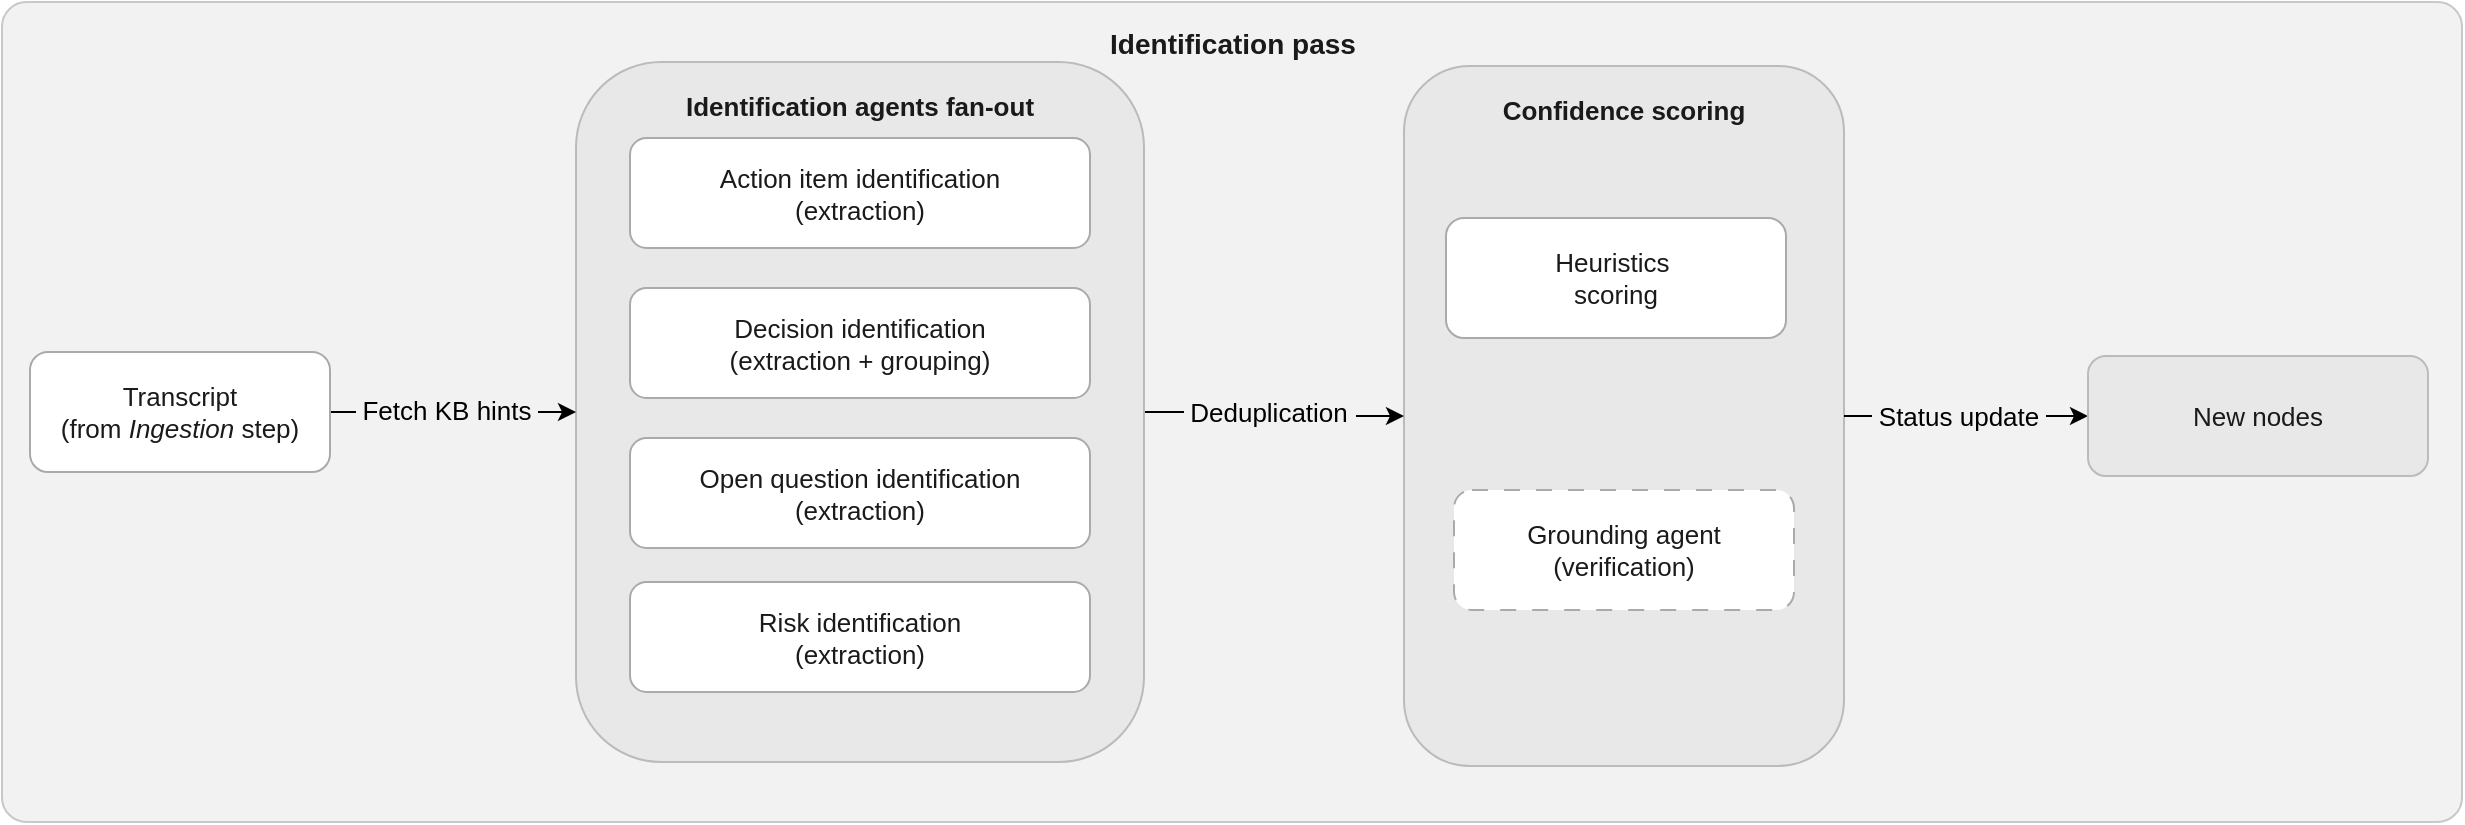
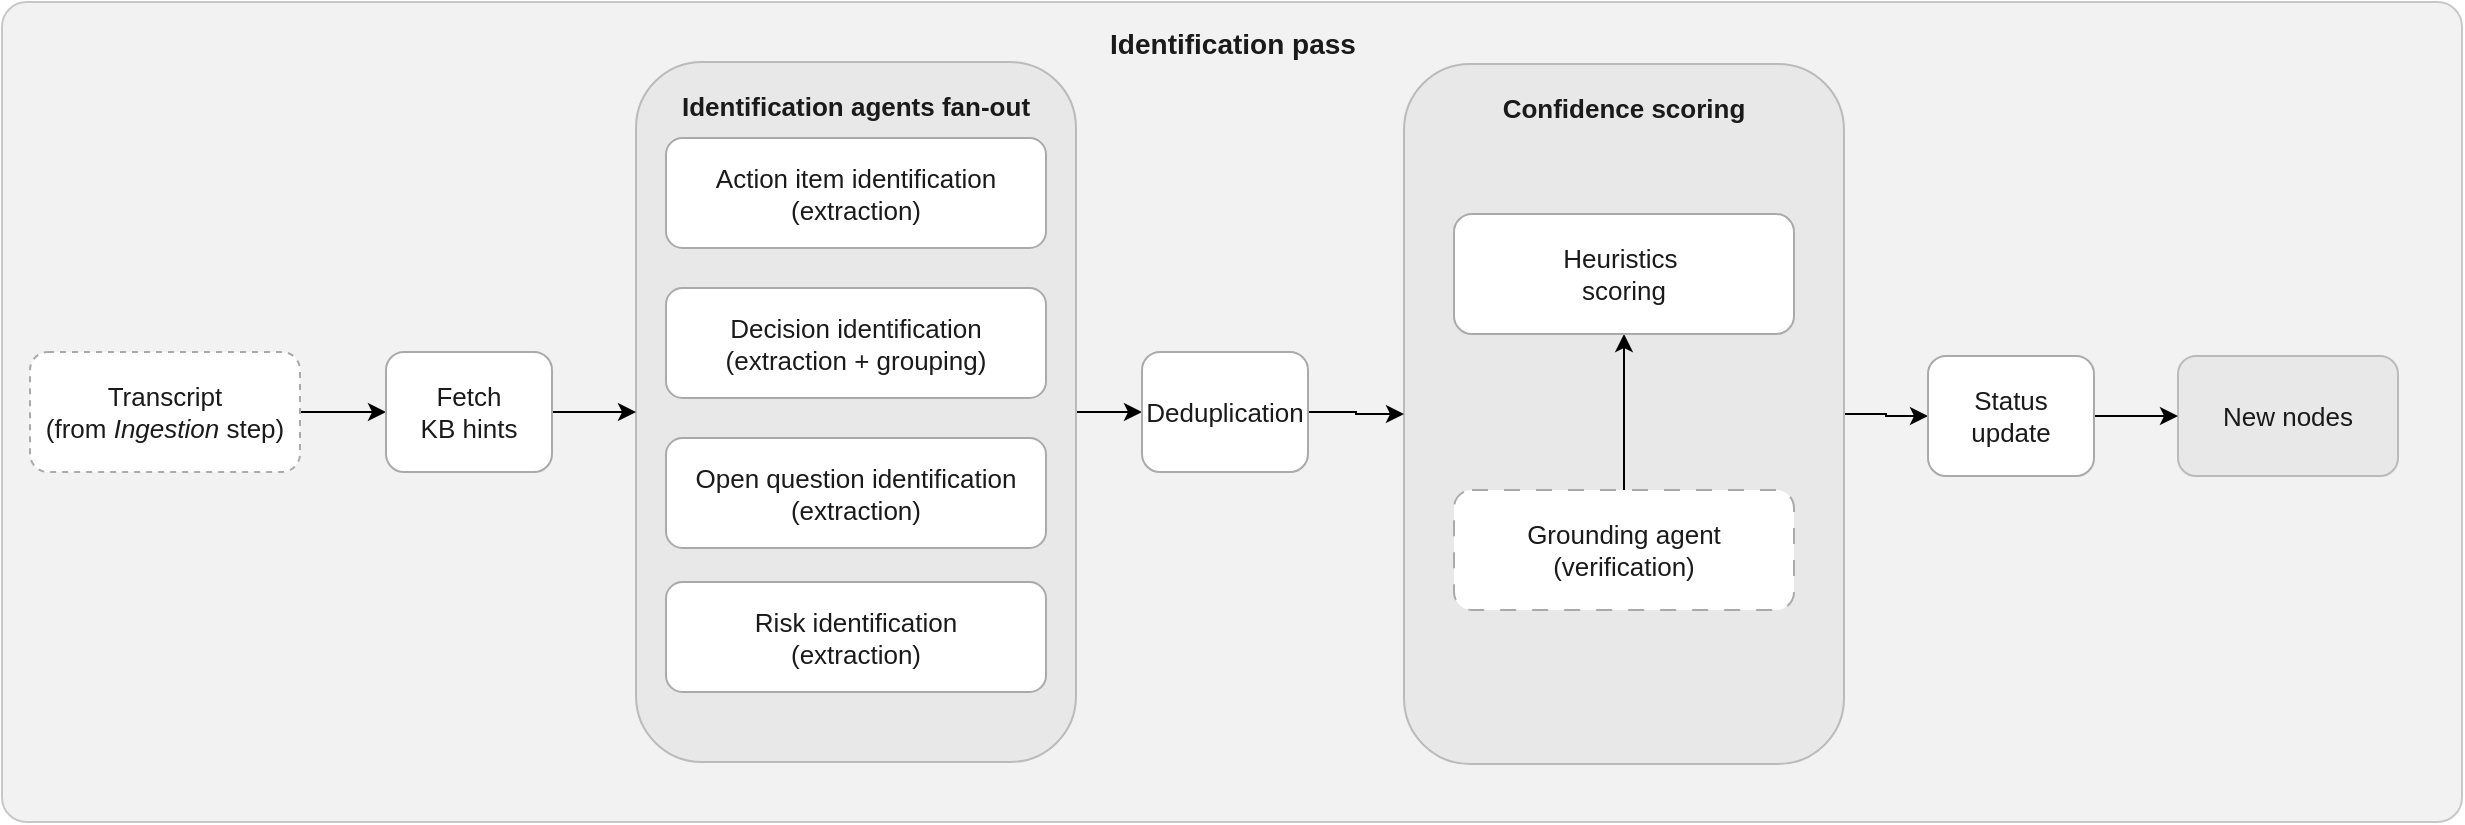
- <mxfile host="app.diagrams.net">
+ <mxfile host="app.diagrams.net" scale="1" border="0">
  <diagram name="Página-1" id="k1l2m3n4o5p6q7r8s9t0">
-     <mxGraphModel dx="426" dy="275" grid="0" gridSize="10" guides="1" tooltips="1" connect="1" arrows="1" fold="1" page="0" pageScale="1" pageWidth="1300" pageHeight="500" math="0" shadow="0">
+     <mxGraphModel dx="1278" dy="783" grid="0" gridSize="10" guides="1" tooltips="1" connect="1" arrows="1" fold="1" page="0" pageScale="1" pageWidth="1300" pageHeight="500" math="0" shadow="0">
      <root>
        <mxCell id="0" />
        <mxCell id="1" parent="0" />
-         <mxCell id="outer" parent="1" style="rounded=1;arcSize=3;verticalAlign=top;html=1;fillColor=#f2f2f2;strokeColor=#c8c8c8;fontStyle=1;fontSize=13;fontFamily=Arial;fontColor=#1a1a1a;spacingTop=6;" value="&lt;font style=&quot;font-size: 14px;&quot;&gt;Identification pass&lt;/font&gt;" vertex="1">
+         <mxCell id="outer" parent="1" style="rounded=1;arcSize=3;verticalAlign=top;html=1;fillColor=#f2f2f2;strokeColor=#c8c8c8;fontStyle=1;fontSize=13;fontFamily=Arial;fontColor=#1a1a1a;spacingTop=6;movable=0;resizable=0;rotatable=0;deletable=0;editable=0;locked=1;connectable=0;" value="&lt;font style=&quot;font-size: 14px;&quot;&gt;Identification pass&lt;/font&gt;" vertex="1">
          <mxGeometry height="410" width="1230" y="12" as="geometry" />
        </mxCell>
-         <mxCell id="VWDHNk1rUD9IbTwQNqWk-4" parent="1" style="rounded=1;whiteSpace=wrap;html=1;fillColor=#e8e8e8;strokeColor=#bbbbbb;fontSize=13;fontFamily=Arial;fontColor=#1a1a1a;fontStyle=1;verticalAlign=top;spacingTop=8;" value="Confidence scoring" vertex="1">
-           <mxGeometry height="350" width="220" x="701" y="44" as="geometry" />
-         </mxCell>
-         <mxCell id="dCr-BVh7w79qYb8YxPim-18" edge="1" parent="1" source="container_fanout" style="edgeStyle=orthogonalEdgeStyle;rounded=0;orthogonalLoop=1;jettySize=auto;html=1;fontSize=13;entryX=0;entryY=0.5;entryDx=0;entryDy=0;" target="VWDHNk1rUD9IbTwQNqWk-4">
-           <mxGeometry relative="1" as="geometry">
-             <mxPoint x="681" y="221.5" as="targetPoint" />
-           </mxGeometry>
-         </mxCell>
-         <mxCell id="VWDHNk1rUD9IbTwQNqWk-3" connectable="0" parent="dCr-BVh7w79qYb8YxPim-18" style="edgeLabel;html=1;align=center;verticalAlign=middle;resizable=0;points=[];labelBackgroundColor=light-dark(#f2f2f2, #ededed);fontSize=13;" value="&amp;nbsp;Deduplication&amp;nbsp;" vertex="1">
-           <mxGeometry relative="1" x="-0.0245" as="geometry">
-             <mxPoint x="-3" as="offset" />
-           </mxGeometry>
-         </mxCell>
-         <mxCell id="container_fanout" parent="1" style="rounded=1;whiteSpace=wrap;html=1;fillColor=#e8e8e8;strokeColor=#bbbbbb;fontSize=13;fontFamily=Arial;fontColor=#1a1a1a;fontStyle=1;verticalAlign=top;spacingTop=8;" value="Identification agents fan-out" vertex="1">
-           <mxGeometry height="350" width="284" x="287" y="42" as="geometry" />
-         </mxCell>
-         <mxCell id="dCr-BVh7w79qYb8YxPim-15" edge="1" parent="1" source="box_input" style="edgeStyle=orthogonalEdgeStyle;rounded=0;orthogonalLoop=1;jettySize=auto;html=1;exitX=1;exitY=0.5;exitDx=0;exitDy=0;entryX=0;entryY=0.5;entryDx=0;entryDy=0;fontSize=13;" target="container_fanout">
+         <mxCell id="Rre2-cZz1kMHCFhKSdf6-10" edge="1" parent="1" source="VWDHNk1rUD9IbTwQNqWk-4" style="edgeStyle=orthogonalEdgeStyle;rounded=0;orthogonalLoop=1;jettySize=auto;html=1;entryX=0;entryY=0.5;entryDx=0;entryDy=0;" target="Rre2-cZz1kMHCFhKSdf6-9">
          <mxGeometry relative="1" as="geometry" />
        </mxCell>
-         <mxCell id="dCr-BVh7w79qYb8YxPim-16" connectable="0" parent="dCr-BVh7w79qYb8YxPim-15" style="edgeLabel;html=1;align=center;verticalAlign=middle;resizable=0;points=[];fontSize=13;labelBackgroundColor=light-dark(#f2f2f2, #ededed);" value="&lt;span style=&quot;&quot;&gt;&amp;nbsp;Fetch KB hints&amp;nbsp;&lt;/span&gt;" vertex="1">
-           <mxGeometry relative="1" x="-0.0665" y="1" as="geometry">
-             <mxPoint as="offset" />
-           </mxGeometry>
+         <mxCell id="VWDHNk1rUD9IbTwQNqWk-4" parent="1" style="rounded=1;whiteSpace=wrap;html=1;fillColor=#e8e8e8;strokeColor=#bbbbbb;fontSize=13;fontFamily=Arial;fontColor=#1a1a1a;fontStyle=1;verticalAlign=top;spacingTop=8;" value="Confidence scoring" vertex="1">
+           <mxGeometry height="350" width="220" x="701" y="43" as="geometry" />
        </mxCell>
-         <mxCell id="box_input" parent="1" style="rounded=1;whiteSpace=wrap;html=1;fillColor=#ffffff;strokeColor=#aaaaaa;fontSize=13;fontFamily=Arial;fontColor=#1a1a1a;" value="Transcript&lt;br&gt;(from &lt;i&gt;Ingestion &lt;/i&gt;step)" vertex="1">
-           <mxGeometry height="60" width="150" x="14" y="187" as="geometry" />
+         <mxCell id="Rre2-cZz1kMHCFhKSdf6-3" edge="1" parent="1" source="box_input" style="edgeStyle=orthogonalEdgeStyle;rounded=0;orthogonalLoop=1;jettySize=auto;html=1;" target="Rre2-cZz1kMHCFhKSdf6-2">
+           <mxGeometry relative="1" as="geometry" />
        </mxCell>
-         <mxCell id="box_ai" parent="1" style="rounded=1;whiteSpace=wrap;html=1;fillColor=#ffffff;strokeColor=#aaaaaa;fontSize=13;fontFamily=Arial;fontColor=#1a1a1a;" value="Action item identification&lt;br&gt;(extraction)" vertex="1">
-           <mxGeometry height="55" width="230" x="314" y="80" as="geometry" />
+         <mxCell id="box_input" parent="1" style="rounded=1;whiteSpace=wrap;html=1;fillColor=#ffffff;strokeColor=#aaaaaa;fontSize=13;fontFamily=Arial;fontColor=#1a1a1a;dashed=1;" value="Transcript&lt;br&gt;(from &lt;i&gt;Ingestion &lt;/i&gt;step)" vertex="1">
+           <mxGeometry height="60" width="135" x="14" y="187" as="geometry" />
        </mxCell>
-         <mxCell id="box_dec" parent="1" style="rounded=1;whiteSpace=wrap;html=1;fillColor=#ffffff;strokeColor=#aaaaaa;fontSize=13;fontFamily=Arial;fontColor=#1a1a1a;" value="Decision identification&lt;br&gt;(extraction + grouping)" vertex="1">
-           <mxGeometry height="55" width="230" x="314" y="155" as="geometry" />
-         </mxCell>
-         <mxCell id="box_oq" parent="1" style="rounded=1;whiteSpace=wrap;html=1;fillColor=#ffffff;strokeColor=#aaaaaa;fontSize=13;fontFamily=Arial;fontColor=#1a1a1a;" value="Open question identification&lt;br&gt;(extraction)" vertex="1">
-           <mxGeometry height="55" width="230" x="314" y="230" as="geometry" />
-         </mxCell>
-         <mxCell id="box_risk" parent="1" style="rounded=1;whiteSpace=wrap;html=1;fillColor=#ffffff;strokeColor=#aaaaaa;fontSize=13;fontFamily=Arial;fontColor=#1a1a1a;" value="Risk identification&lt;br&gt;(extraction)" vertex="1">
-           <mxGeometry height="55" width="230" x="314" y="302" as="geometry" />
-         </mxCell>
-         <mxCell id="VWDHNk1rUD9IbTwQNqWk-1" edge="1" parent="1" source="VWDHNk1rUD9IbTwQNqWk-4" style="edgeStyle=orthogonalEdgeStyle;rounded=0;orthogonalLoop=1;jettySize=auto;html=1;entryX=0;entryY=0.5;entryDx=0;entryDy=0;fontSize=13;exitX=1;exitY=0.5;exitDx=0;exitDy=0;" target="box_output">
-           <mxGeometry relative="1" as="geometry">
-             <mxPoint x="936" y="214.5" as="sourcePoint" />
-           </mxGeometry>
-         </mxCell>
-         <mxCell id="VWDHNk1rUD9IbTwQNqWk-2" connectable="0" parent="VWDHNk1rUD9IbTwQNqWk-1" style="edgeLabel;html=1;align=center;verticalAlign=middle;resizable=0;points=[];labelBackgroundColor=light-dark(#f2f2f2, #ededed);fontSize=13;" value="&amp;nbsp;Status update&amp;nbsp;" vertex="1">
-           <mxGeometry relative="1" as="geometry">
-             <mxPoint x="-4" as="offset" />
-           </mxGeometry>
+         <mxCell id="Rre2-cZz1kMHCFhKSdf6-8" edge="1" parent="1" source="box_grounding" style="edgeStyle=orthogonalEdgeStyle;rounded=0;orthogonalLoop=1;jettySize=auto;html=1;" target="VWDHNk1rUD9IbTwQNqWk-5" value="">
+           <mxGeometry relative="1" as="geometry" />
        </mxCell>
        <mxCell id="box_grounding" parent="1" style="rounded=1;whiteSpace=wrap;html=1;fillColor=#ffffff;strokeColor=#aaaaaa;fontSize=13;fontFamily=Arial;fontColor=#1a1a1a;dashed=1;dashPattern=8 8;" value="Grounding agent&lt;br&gt;(verification)" vertex="1">
          <mxGeometry height="60" width="170" x="726" y="256" as="geometry" />
        </mxCell>
        <mxCell id="box_output" parent="1" style="rounded=1;whiteSpace=wrap;html=1;fillColor=#e8e8e8;strokeColor=#bbbbbb;fontSize=13;fontFamily=Arial;fontColor=#1a1a1a;" value="New nodes" vertex="1">
-           <mxGeometry height="60" width="170" x="1043" y="189" as="geometry" />
+           <mxGeometry height="60" width="110" x="1088" y="189" as="geometry" />
        </mxCell>
        <mxCell id="VWDHNk1rUD9IbTwQNqWk-5" parent="1" style="rounded=1;whiteSpace=wrap;html=1;fillColor=#ffffff;strokeColor=#aaaaaa;fontSize=13;fontFamily=Arial;fontColor=#1a1a1a;" value="Heuristics&amp;nbsp;&lt;div&gt;scoring&lt;/div&gt;" vertex="1">
-           <mxGeometry height="60" width="170" x="722" y="120" as="geometry" />
+           <mxGeometry height="60" width="170" x="726" y="118" as="geometry" />
+         </mxCell>
+         <mxCell id="Rre2-cZz1kMHCFhKSdf6-6" edge="1" parent="1" source="container_fanout" style="edgeStyle=orthogonalEdgeStyle;rounded=0;orthogonalLoop=1;jettySize=auto;html=1;entryX=0;entryY=0.5;entryDx=0;entryDy=0;" target="Rre2-cZz1kMHCFhKSdf6-5">
+           <mxGeometry relative="1" as="geometry" />
+         </mxCell>
+         <mxCell id="container_fanout" parent="1" style="rounded=1;whiteSpace=wrap;html=1;fillColor=#e8e8e8;strokeColor=#bbbbbb;fontSize=13;fontFamily=Arial;fontColor=#1a1a1a;fontStyle=1;verticalAlign=top;spacingTop=8;" value="Identification agents fan-out" vertex="1">
+           <mxGeometry height="350" width="220" x="317" y="42" as="geometry" />
+         </mxCell>
+         <mxCell id="box_ai" parent="1" style="rounded=1;whiteSpace=wrap;html=1;fillColor=#ffffff;strokeColor=#aaaaaa;fontSize=13;fontFamily=Arial;fontColor=#1a1a1a;" value="Action item identification&lt;br&gt;(extraction)" vertex="1">
+           <mxGeometry height="55" width="190" x="332" y="80" as="geometry" />
+         </mxCell>
+         <mxCell id="box_dec" parent="1" style="rounded=1;whiteSpace=wrap;html=1;fillColor=#ffffff;strokeColor=#aaaaaa;fontSize=13;fontFamily=Arial;fontColor=#1a1a1a;" value="Decision identification&lt;br&gt;(extraction + grouping)" vertex="1">
+           <mxGeometry height="55" width="190" x="332" y="155" as="geometry" />
+         </mxCell>
+         <mxCell id="box_oq" parent="1" style="rounded=1;whiteSpace=wrap;html=1;fillColor=#ffffff;strokeColor=#aaaaaa;fontSize=13;fontFamily=Arial;fontColor=#1a1a1a;" value="Open question identification&lt;br&gt;(extraction)" vertex="1">
+           <mxGeometry height="55" width="190" x="332" y="230" as="geometry" />
+         </mxCell>
+         <mxCell id="box_risk" parent="1" style="rounded=1;whiteSpace=wrap;html=1;fillColor=#ffffff;strokeColor=#aaaaaa;fontSize=13;fontFamily=Arial;fontColor=#1a1a1a;" value="Risk identification&lt;br&gt;(extraction)" vertex="1">
+           <mxGeometry height="55" width="190" x="332" y="302" as="geometry" />
+         </mxCell>
+         <mxCell id="Rre2-cZz1kMHCFhKSdf6-4" edge="1" parent="1" source="Rre2-cZz1kMHCFhKSdf6-2" style="edgeStyle=orthogonalEdgeStyle;rounded=0;orthogonalLoop=1;jettySize=auto;html=1;entryX=0;entryY=0.5;entryDx=0;entryDy=0;" target="container_fanout">
+           <mxGeometry relative="1" as="geometry" />
+         </mxCell>
+         <mxCell id="Rre2-cZz1kMHCFhKSdf6-2" parent="1" style="rounded=1;whiteSpace=wrap;html=1;fillColor=#ffffff;strokeColor=#aaaaaa;fontSize=13;fontFamily=Arial;fontColor=#1a1a1a;" value="Fetch&lt;div&gt;KB hints&lt;/div&gt;" vertex="1">
+           <mxGeometry height="60" width="83" x="192" y="187" as="geometry" />
+         </mxCell>
+         <mxCell id="Rre2-cZz1kMHCFhKSdf6-7" edge="1" parent="1" source="Rre2-cZz1kMHCFhKSdf6-5" style="edgeStyle=orthogonalEdgeStyle;rounded=0;orthogonalLoop=1;jettySize=auto;html=1;entryX=0;entryY=0.5;entryDx=0;entryDy=0;" target="VWDHNk1rUD9IbTwQNqWk-4">
+           <mxGeometry relative="1" as="geometry" />
+         </mxCell>
+         <mxCell id="Rre2-cZz1kMHCFhKSdf6-5" parent="1" style="rounded=1;whiteSpace=wrap;html=1;fillColor=#ffffff;strokeColor=#aaaaaa;fontSize=13;fontFamily=Arial;fontColor=#1a1a1a;" value="Deduplication" vertex="1">
+           <mxGeometry height="60" width="83" x="570" y="187" as="geometry" />
+         </mxCell>
+         <mxCell id="Rre2-cZz1kMHCFhKSdf6-11" edge="1" parent="1" source="Rre2-cZz1kMHCFhKSdf6-9" style="edgeStyle=orthogonalEdgeStyle;rounded=0;orthogonalLoop=1;jettySize=auto;html=1;" target="box_output">
+           <mxGeometry relative="1" as="geometry" />
+         </mxCell>
+         <mxCell id="Rre2-cZz1kMHCFhKSdf6-9" parent="1" style="rounded=1;whiteSpace=wrap;html=1;fillColor=#ffffff;strokeColor=#aaaaaa;fontSize=13;fontFamily=Arial;fontColor=#1a1a1a;" value="Status&lt;div&gt;update&lt;/div&gt;" vertex="1">
+           <mxGeometry height="60" width="83" x="963" y="189" as="geometry" />
        </mxCell>
      </root>
    </mxGraphModel>
  </diagram>
</mxfile>
